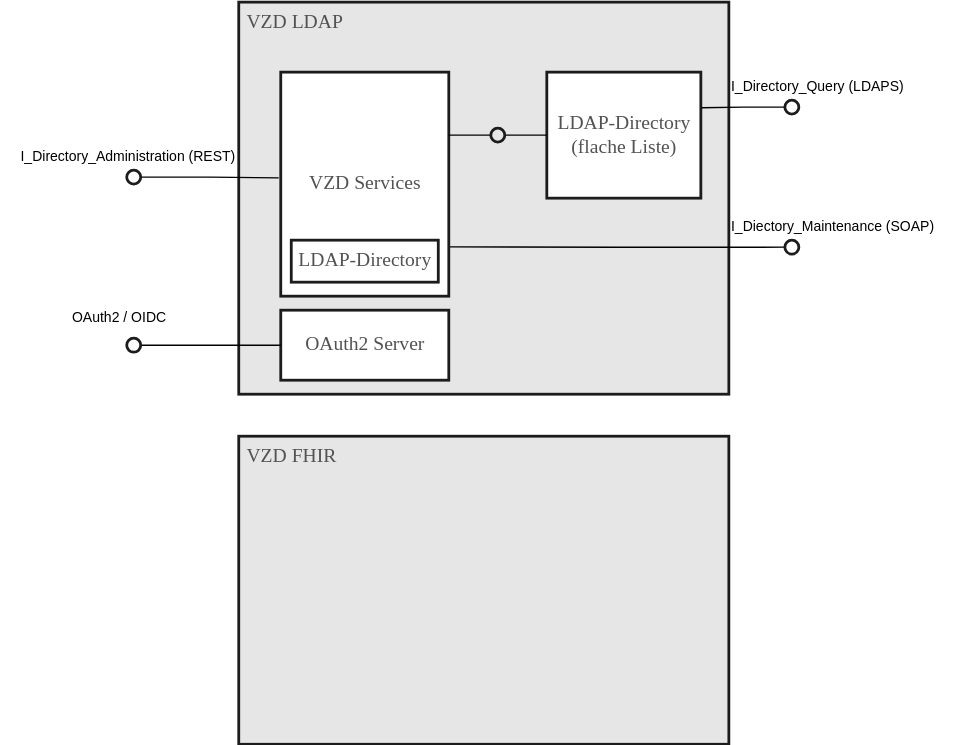
gematik/api-vzd keeps this draw.io diagram as images/VZD_Architektur.svg. Above is the earlier version. Source tidied: cells renumbered, new cells last; positions are measured from the earlier drawing's top-left corner, leaving out a move shared by most shapes. Its diagram source:
```xml
<mxGraphModel background="#FFFFFF">
  <root>
    <mxCell id="0" />
    <mxCell id="1" parent="0" />
    <mxCell id="2" value="VZD LDAP" style="html=1;strokeColor=#1C1C1C;fillColor=#E6E6E6;fontFamily=Tahoma;fontSize=14;fontColor=#525252;align=left;verticalAlign=top;spacingLeft=4;strokeWidth=2;" parent="1" vertex="1">
      <mxGeometry x="170" width="350" height="280" as="geometry" />
    </mxCell>
    <mxCell id="3" value="VZD FHIR" style="html=1;strokeColor=#1C1C1C;fillColor=#E6E6E6;fontFamily=Tahoma;fontSize=14;fontColor=#525252;align=left;verticalAlign=top;spacingLeft=4;strokeWidth=2;" parent="1" vertex="1">
      <mxGeometry x="170" y="310" width="350" height="220" as="geometry" />
    </mxCell>
    <mxCell id="4" value="LDAP-Directory&lt;br&gt;(flache Liste)" style="html=1;strokeColor=#1C1C1C;fillColor=#ffffff;fontFamily=Tahoma;fontSize=14;fontColor=#525252;align=center;strokeWidth=2;" parent="1" vertex="1">
      <mxGeometry x="390" y="50" width="110" height="90" as="geometry" />
    </mxCell>
    <mxCell id="5" style="edgeStyle=orthogonalEdgeStyle;rounded=0;jettySize=auto;html=1;exitX=0;exitY=0.5;exitDx=0;exitDy=0;entryX=1.002;entryY=0.78;entryDx=0;entryDy=0;entryPerimeter=0;endArrow=none;endFill=0;" parent="1" edge="1" source="6" target="7">
      <mxGeometry relative="1" as="geometry" />
    </mxCell>
    <mxCell id="6" style="ellipse;whiteSpace=wrap;html=1;strokeColor=#1C1C1C;fillColor=none;fontFamily=Tahoma;fontSize=14;fontColor=#525252;align=center;strokeWidth=2;" parent="1" vertex="1">
      <mxGeometry x="560" y="170" width="10" height="10" as="geometry" />
    </mxCell>
    <mxCell id="7" value="VZD Services" style="html=1;strokeColor=#1C1C1C;fillColor=#ffffff;fontFamily=Tahoma;fontSize=14;fontColor=#525252;align=center;strokeWidth=2;" parent="1" vertex="1">
      <mxGeometry x="200" y="50" width="120" height="160" as="geometry" />
    </mxCell>
    <mxCell id="8" value="&lt;span style=&quot;font-weight: normal&quot;&gt;I_Diectory_Maintenance (SOAP)&lt;/span&gt;" style="text;html=1;strokeColor=none;fillColor=none;align=left;verticalAlign=middle;whiteSpace=wrap;overflow=hidden;fontFamily=Helvetica;fontSize=10;fontColor=#000000;fontStyle=1;" parent="1" vertex="1">
      <mxGeometry x="520" y="150" width="170" height="20" as="geometry" />
    </mxCell>
    <mxCell id="9" style="edgeStyle=orthogonalEdgeStyle;rounded=0;jettySize=auto;html=1;exitX=1;exitY=0.5;exitDx=0;exitDy=0;endArrow=none;endFill=0;entryX=-0.012;entryY=0.472;entryDx=0;entryDy=0;entryPerimeter=0;" parent="1" edge="1" source="10" target="7">
      <mxGeometry relative="1" as="geometry" />
    </mxCell>
    <mxCell id="10" style="ellipse;whiteSpace=wrap;html=1;strokeColor=#1C1C1C;fillColor=none;fontFamily=Tahoma;fontSize=14;fontColor=#525252;align=center;strokeWidth=2;" parent="1" vertex="1">
      <mxGeometry x="90" y="120" width="10" height="10" as="geometry" />
    </mxCell>
    <mxCell id="11" value="&lt;span style=&quot;font-weight: normal&quot;&gt;I_Directory_Administration (REST)&lt;/span&gt;" style="text;html=1;strokeColor=none;fillColor=none;align=right;verticalAlign=middle;whiteSpace=wrap;overflow=hidden;fontFamily=Helvetica;fontSize=10;fontColor=#000000;fontStyle=1;" parent="1" vertex="1">
      <mxGeometry y="100" width="170" height="20" as="geometry" />
    </mxCell>
    <mxCell id="12" style="edgeStyle=orthogonalEdgeStyle;rounded=0;jettySize=auto;html=1;exitX=0;exitY=0.5;exitDx=0;exitDy=0;entryX=1.005;entryY=0.283;entryDx=0;entryDy=0;entryPerimeter=0;endArrow=none;endFill=0;" parent="1" edge="1" source="13" target="4">
      <mxGeometry relative="1" as="geometry" />
    </mxCell>
    <mxCell id="13" style="ellipse;whiteSpace=wrap;html=1;strokeColor=#1C1C1C;fillColor=none;fontFamily=Tahoma;fontSize=14;fontColor=#525252;align=center;strokeWidth=2;" parent="1" vertex="1">
      <mxGeometry x="560" y="70" width="10" height="10" as="geometry" />
    </mxCell>
    <mxCell id="14" value="&lt;span style=&quot;font-weight: normal&quot;&gt;I_Directory_Query (LDAPS)&lt;/span&gt;" style="text;html=1;strokeColor=none;fillColor=none;align=left;verticalAlign=middle;whiteSpace=wrap;overflow=hidden;fontFamily=Helvetica;fontSize=10;fontColor=#000000;fontStyle=1;" parent="1" vertex="1">
      <mxGeometry x="520" y="50" width="170" height="20" as="geometry" />
    </mxCell>
    <mxCell id="15" style="edgeStyle=orthogonalEdgeStyle;rounded=0;jettySize=auto;html=1;exitX=1;exitY=0.5;exitDx=0;exitDy=0;entryX=0;entryY=0.5;entryDx=0;entryDy=0;endArrow=none;endFill=0;" parent="1" edge="1" source="17" target="4">
      <mxGeometry relative="1" as="geometry" />
    </mxCell>
    <mxCell id="16" style="edgeStyle=orthogonalEdgeStyle;rounded=0;jettySize=auto;html=1;exitX=0;exitY=0.5;exitDx=0;exitDy=0;entryX=0.998;entryY=0.282;entryDx=0;entryDy=0;entryPerimeter=0;endArrow=none;endFill=0;" parent="1" edge="1" source="17" target="7">
      <mxGeometry relative="1" as="geometry" />
    </mxCell>
    <mxCell id="17" style="ellipse;whiteSpace=wrap;html=1;strokeColor=#1C1C1C;fillColor=none;fontFamily=Tahoma;fontSize=14;fontColor=#525252;align=center;strokeWidth=2;" parent="1" vertex="1">
      <mxGeometry x="350" y="90" width="10" height="10" as="geometry" />
    </mxCell>
    <mxCell id="18" value="OAuth2 Server" style="html=1;strokeColor=#1C1C1C;fillColor=#ffffff;fontFamily=Tahoma;fontSize=14;fontColor=#525252;align=center;strokeWidth=2;" parent="1" vertex="1">
      <mxGeometry x="200" y="220" width="120" height="50" as="geometry" />
    </mxCell>
    <mxCell id="19" style="edgeStyle=orthogonalEdgeStyle;rounded=0;jettySize=auto;html=1;exitX=1;exitY=0.5;exitDx=0;exitDy=0;entryX=0;entryY=0.5;entryDx=0;entryDy=0;endArrow=none;endFill=0;" parent="1" edge="1" source="20" target="18">
      <mxGeometry relative="1" as="geometry" />
    </mxCell>
    <mxCell id="20" style="ellipse;whiteSpace=wrap;html=1;strokeColor=#1C1C1C;fillColor=none;fontFamily=Tahoma;fontSize=14;fontColor=#525252;align=center;strokeWidth=2;" parent="1" vertex="1">
      <mxGeometry x="90" y="240" width="10" height="10" as="geometry" />
    </mxCell>
    <mxCell id="21" value="&lt;span style=&quot;font-weight: normal&quot;&gt;OAuth2 / OIDC&lt;/span&gt;" style="text;html=1;strokeColor=none;fillColor=none;align=center;verticalAlign=middle;whiteSpace=wrap;overflow=hidden;fontFamily=Helvetica;fontSize=10;fontColor=#000000;fontStyle=1;" parent="1" vertex="1">
      <mxGeometry y="215" width="170" height="20" as="geometry" />
    </mxCell>
    <mxCell id="22" value="LDAP-Directory" style="html=1;strokeColor=#1C1C1C;fillColor=#ffffff;fontFamily=Tahoma;fontSize=14;fontColor=#525252;align=center;strokeWidth=2;" parent="1" vertex="1">
      <mxGeometry x="207.5" y="170" width="105" height="30" as="geometry" />
    </mxCell>
  </root>
</mxGraphModel>
```
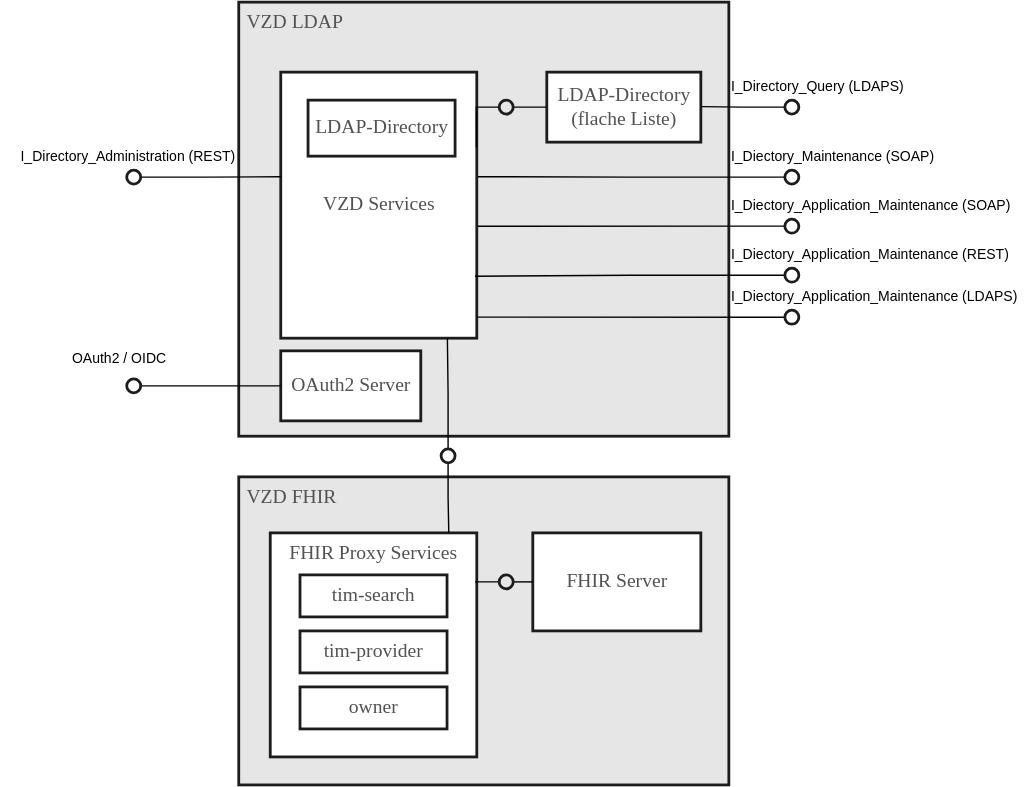
The same file after the commit.

What changed in the source:
```diff
@@ -3,27 +3,27 @@
     <mxCell id="0" />
     <mxCell id="1" parent="0" />
     <mxCell id="2" value="VZD LDAP" style="html=1;strokeColor=#1C1C1C;fillColor=#E6E6E6;fontFamily=Tahoma;fontSize=14;fontColor=#525252;align=left;verticalAlign=top;spacingLeft=4;strokeWidth=2;" parent="1" vertex="1">
-      <mxGeometry x="170" width="350" height="280" as="geometry" />
+      <mxGeometry x="170" width="350" height="310" as="geometry" />
     </mxCell>
     <mxCell id="3" value="VZD FHIR" style="html=1;strokeColor=#1C1C1C;fillColor=#E6E6E6;fontFamily=Tahoma;fontSize=14;fontColor=#525252;align=left;verticalAlign=top;spacingLeft=4;strokeWidth=2;" parent="1" vertex="1">
-      <mxGeometry x="170" y="310" width="350" height="220" as="geometry" />
+      <mxGeometry x="170" y="339" width="350" height="220" as="geometry" />
     </mxCell>
     <mxCell id="4" value="LDAP-Directory&lt;br&gt;(flache Liste)" style="html=1;strokeColor=#1C1C1C;fillColor=#ffffff;fontFamily=Tahoma;fontSize=14;fontColor=#525252;align=center;strokeWidth=2;" parent="1" vertex="1">
-      <mxGeometry x="390" y="50" width="110" height="90" as="geometry" />
+      <mxGeometry x="390" y="50" width="110" height="50" as="geometry" />
     </mxCell>
-    <mxCell id="5" style="edgeStyle=orthogonalEdgeStyle;rounded=0;jettySize=auto;html=1;exitX=0;exitY=0.5;exitDx=0;exitDy=0;entryX=1.002;entryY=0.78;entryDx=0;entryDy=0;entryPerimeter=0;endArrow=none;endFill=0;" parent="1" edge="1" source="6" target="7">
+    <mxCell id="5" style="edgeStyle=orthogonalEdgeStyle;rounded=0;jettySize=auto;html=1;exitX=0;exitY=0.5;exitDx=0;exitDy=0;endArrow=none;endFill=0;entryX=0.994;entryY=0.393;entryDx=0;entryDy=0;entryPerimeter=0;" parent="1" edge="1" source="6" target="7">
       <mxGeometry relative="1" as="geometry" />
     </mxCell>
     <mxCell id="6" style="ellipse;whiteSpace=wrap;html=1;strokeColor=#1C1C1C;fillColor=none;fontFamily=Tahoma;fontSize=14;fontColor=#525252;align=center;strokeWidth=2;" parent="1" vertex="1">
-      <mxGeometry x="560" y="170" width="10" height="10" as="geometry" />
+      <mxGeometry x="560" y="120" width="10" height="10" as="geometry" />
     </mxCell>
     <mxCell id="7" value="VZD Services" style="html=1;strokeColor=#1C1C1C;fillColor=#ffffff;fontFamily=Tahoma;fontSize=14;fontColor=#525252;align=center;strokeWidth=2;" parent="1" vertex="1">
-      <mxGeometry x="200" y="50" width="120" height="160" as="geometry" />
+      <mxGeometry x="200" y="50" width="140" height="190" as="geometry" />
     </mxCell>
     <mxCell id="8" value="&lt;span style=&quot;font-weight: normal&quot;&gt;I_Diectory_Maintenance (SOAP)&lt;/span&gt;" style="text;html=1;strokeColor=none;fillColor=none;align=left;verticalAlign=middle;whiteSpace=wrap;overflow=hidden;fontFamily=Helvetica;fontSize=10;fontColor=#000000;fontStyle=1;" parent="1" vertex="1">
-      <mxGeometry x="520" y="150" width="170" height="20" as="geometry" />
+      <mxGeometry x="520" y="100" width="170" height="20" as="geometry" />
     </mxCell>
-    <mxCell id="9" style="edgeStyle=orthogonalEdgeStyle;rounded=0;jettySize=auto;html=1;exitX=1;exitY=0.5;exitDx=0;exitDy=0;endArrow=none;endFill=0;entryX=-0.012;entryY=0.472;entryDx=0;entryDy=0;entryPerimeter=0;" parent="1" edge="1" source="10" target="7">
+    <mxCell id="9" style="edgeStyle=orthogonalEdgeStyle;rounded=0;jettySize=auto;html=1;exitX=1;exitY=0.5;exitDx=0;exitDy=0;endArrow=none;endFill=0;entryX=0.002;entryY=0.393;entryDx=0;entryDy=0;entryPerimeter=0;" parent="1" edge="1" source="10" target="7">
       <mxGeometry relative="1" as="geometry" />
     </mxCell>
     <mxCell id="10" style="ellipse;whiteSpace=wrap;html=1;strokeColor=#1C1C1C;fillColor=none;fontFamily=Tahoma;fontSize=14;fontColor=#525252;align=center;strokeWidth=2;" parent="1" vertex="1">
@@ -32,8 +32,10 @@
     <mxCell id="11" value="&lt;span style=&quot;font-weight: normal&quot;&gt;I_Directory_Administration (REST)&lt;/span&gt;" style="text;html=1;strokeColor=none;fillColor=none;align=right;verticalAlign=middle;whiteSpace=wrap;overflow=hidden;fontFamily=Helvetica;fontSize=10;fontColor=#000000;fontStyle=1;" parent="1" vertex="1">
       <mxGeometry y="100" width="170" height="20" as="geometry" />
     </mxCell>
-    <mxCell id="12" style="edgeStyle=orthogonalEdgeStyle;rounded=0;jettySize=auto;html=1;exitX=0;exitY=0.5;exitDx=0;exitDy=0;entryX=1.005;entryY=0.283;entryDx=0;entryDy=0;entryPerimeter=0;endArrow=none;endFill=0;" parent="1" edge="1" source="13" target="4">
-      <mxGeometry relative="1" as="geometry" />
+    <mxCell id="12" style="edgeStyle=orthogonalEdgeStyle;rounded=0;jettySize=auto;html=1;exitX=0;exitY=0.5;exitDx=0;exitDy=0;endArrow=none;endFill=0;entryX=1.004;entryY=0.293;entryDx=0;entryDy=0;entryPerimeter=0;" parent="1" edge="1" source="13">
+      <mxGeometry relative="1" as="geometry">
+        <mxPoint x="500.4" y="74.6" as="targetPoint" />
+      </mxGeometry>
     </mxCell>
     <mxCell id="13" style="ellipse;whiteSpace=wrap;html=1;strokeColor=#1C1C1C;fillColor=none;fontFamily=Tahoma;fontSize=14;fontColor=#525252;align=center;strokeWidth=2;" parent="1" vertex="1">
       <mxGeometry x="560" y="70" width="10" height="10" as="geometry" />
@@ -48,22 +50,84 @@
       <mxGeometry relative="1" as="geometry" />
     </mxCell>
     <mxCell id="17" style="ellipse;whiteSpace=wrap;html=1;strokeColor=#1C1C1C;fillColor=none;fontFamily=Tahoma;fontSize=14;fontColor=#525252;align=center;strokeWidth=2;" parent="1" vertex="1">
-      <mxGeometry x="350" y="90" width="10" height="10" as="geometry" />
+      <mxGeometry x="356" y="70" width="10" height="10" as="geometry" />
     </mxCell>
     <mxCell id="18" value="OAuth2 Server" style="html=1;strokeColor=#1C1C1C;fillColor=#ffffff;fontFamily=Tahoma;fontSize=14;fontColor=#525252;align=center;strokeWidth=2;" parent="1" vertex="1">
-      <mxGeometry x="200" y="220" width="120" height="50" as="geometry" />
+      <mxGeometry x="200" y="249" width="100" height="50" as="geometry" />
     </mxCell>
     <mxCell id="19" style="edgeStyle=orthogonalEdgeStyle;rounded=0;jettySize=auto;html=1;exitX=1;exitY=0.5;exitDx=0;exitDy=0;entryX=0;entryY=0.5;entryDx=0;entryDy=0;endArrow=none;endFill=0;" parent="1" edge="1" source="20" target="18">
       <mxGeometry relative="1" as="geometry" />
     </mxCell>
     <mxCell id="20" style="ellipse;whiteSpace=wrap;html=1;strokeColor=#1C1C1C;fillColor=none;fontFamily=Tahoma;fontSize=14;fontColor=#525252;align=center;strokeWidth=2;" parent="1" vertex="1">
-      <mxGeometry x="90" y="240" width="10" height="10" as="geometry" />
+      <mxGeometry x="90" y="269" width="10" height="10" as="geometry" />
     </mxCell>
     <mxCell id="21" value="&lt;span style=&quot;font-weight: normal&quot;&gt;OAuth2 / OIDC&lt;/span&gt;" style="text;html=1;strokeColor=none;fillColor=none;align=center;verticalAlign=middle;whiteSpace=wrap;overflow=hidden;fontFamily=Helvetica;fontSize=10;fontColor=#000000;fontStyle=1;" parent="1" vertex="1">
-      <mxGeometry y="215" width="170" height="20" as="geometry" />
+      <mxGeometry y="244" width="170" height="20" as="geometry" />
     </mxCell>
     <mxCell id="22" value="LDAP-Directory" style="html=1;strokeColor=#1C1C1C;fillColor=#ffffff;fontFamily=Tahoma;fontSize=14;fontColor=#525252;align=center;strokeWidth=2;" parent="1" vertex="1">
-      <mxGeometry x="207.5" y="170" width="105" height="30" as="geometry" />
+      <mxGeometry x="219.5" y="70" width="105" height="40" as="geometry" />
     </mxCell>
+    <mxCell id="23" value="FHIR Proxy Services" style="html=1;strokeColor=#1C1C1C;fillColor=#ffffff;fontFamily=Tahoma;fontSize=14;fontColor=#525252;align=center;strokeWidth=2;verticalAlign=top;" parent="1" vertex="1">
+      <mxGeometry x="192.5" y="379" width="147.5" height="160" as="geometry" />
+    </mxCell>
+    <mxCell id="24" value="FHIR Server" style="html=1;strokeColor=#1C1C1C;fillColor=#ffffff;fontFamily=Tahoma;fontSize=14;fontColor=#525252;align=center;strokeWidth=2;verticalAlign=middle;" parent="1" vertex="1">
+      <mxGeometry x="380" y="379" width="120" height="70" as="geometry" />
+    </mxCell>
+    <mxCell id="25" style="edgeStyle=orthogonalEdgeStyle;rounded=0;jettySize=auto;html=1;exitX=0.5;exitY=0;exitDx=0;exitDy=0;endArrow=none;endFill=0;entryX=0.85;entryY=1;entryDx=0;entryDy=0;entryPerimeter=0;" parent="1" edge="1" source="27" target="7">
+      <mxGeometry relative="1" as="geometry" />
+    </mxCell>
+    <mxCell id="26" style="edgeStyle=orthogonalEdgeStyle;rounded=0;jettySize=auto;html=1;exitX=0.5;exitY=1;exitDx=0;exitDy=0;endArrow=none;endFill=0;" parent="1" edge="1" source="27">
+      <mxGeometry relative="1" as="geometry">
+        <mxPoint x="320" y="379" as="targetPoint" />
+      </mxGeometry>
+    </mxCell>
+    <mxCell id="27" style="ellipse;whiteSpace=wrap;html=1;strokeColor=#1C1C1C;fillColor=none;fontFamily=Tahoma;fontSize=14;fontColor=#525252;align=center;strokeWidth=2;" parent="1" vertex="1">
+      <mxGeometry x="314.5" y="319" width="10" height="10" as="geometry" />
+    </mxCell>
+    <mxCell id="28" style="edgeStyle=orthogonalEdgeStyle;rounded=0;jettySize=auto;html=1;exitX=1;exitY=0.5;exitDx=0;exitDy=0;entryX=0;entryY=0.5;entryDx=0;entryDy=0;endArrow=none;endFill=0;" parent="1" edge="1" source="30" target="24">
+      <mxGeometry relative="1" as="geometry" />
+    </mxCell>
+    <mxCell id="29" style="edgeStyle=orthogonalEdgeStyle;rounded=0;jettySize=auto;html=1;exitX=0;exitY=0.5;exitDx=0;exitDy=0;entryX=0.991;entryY=0.22;entryDx=0;entryDy=0;entryPerimeter=0;endArrow=none;endFill=0;" parent="1" edge="1" source="30" target="23">
+      <mxGeometry relative="1" as="geometry" />
+    </mxCell>
+    <mxCell id="30" style="ellipse;whiteSpace=wrap;html=1;strokeColor=#1C1C1C;fillColor=none;fontFamily=Tahoma;fontSize=14;fontColor=#525252;align=center;strokeWidth=2;" parent="1" vertex="1">
+      <mxGeometry x="356" y="409" width="10" height="10" as="geometry" />
+    </mxCell>
+    <mxCell id="31" value="&lt;span style=&quot;font-weight: normal&quot;&gt;I_Diectory_Application_Maintenance (SOAP)&lt;/span&gt;" style="text;html=1;strokeColor=none;fillColor=none;align=left;verticalAlign=middle;whiteSpace=wrap;overflow=hidden;fontFamily=Helvetica;fontSize=10;fontColor=#000000;fontStyle=1;" parent="1" vertex="1">
+      <mxGeometry x="520" y="130" width="210" height="30" as="geometry" />
+    </mxCell>
+    <mxCell id="32" value="&lt;span style=&quot;font-weight: normal&quot;&gt;I_Diectory_Application_Maintenance (REST)&lt;/span&gt;" style="text;html=1;strokeColor=none;fillColor=none;align=left;verticalAlign=middle;whiteSpace=wrap;overflow=hidden;fontFamily=Helvetica;fontSize=10;fontColor=#000000;fontStyle=1;" parent="1" vertex="1">
+      <mxGeometry x="520" y="165" width="210" height="30" as="geometry" />
+    </mxCell>
+    <mxCell id="33" value="&lt;span style=&quot;font-weight: normal&quot;&gt;I_Diectory_Application_Maintenance (LDAPS)&lt;/span&gt;" style="text;html=1;strokeColor=none;fillColor=none;align=left;verticalAlign=middle;whiteSpace=wrap;overflow=hidden;fontFamily=Helvetica;fontSize=10;fontColor=#000000;fontStyle=1;" parent="1" vertex="1">
+      <mxGeometry x="520" y="195" width="210" height="30" as="geometry" />
+    </mxCell>
+    <mxCell id="34" value="tim-search" style="html=1;strokeColor=#1C1C1C;fillColor=#ffffff;fontFamily=Tahoma;fontSize=14;fontColor=#525252;align=center;strokeWidth=2;" parent="1" vertex="1">
+      <mxGeometry x="213.8" y="409" width="105" height="30" as="geometry" />
+    </mxCell>
+    <mxCell id="35" value="tim-provider" style="html=1;strokeColor=#1C1C1C;fillColor=#ffffff;fontFamily=Tahoma;fontSize=14;fontColor=#525252;align=center;strokeWidth=2;" parent="1" vertex="1">
+      <mxGeometry x="213.8" y="449" width="105" height="30" as="geometry" />
+    </mxCell>
+    <mxCell id="36" value="owner" style="html=1;strokeColor=#1C1C1C;fillColor=#ffffff;fontFamily=Tahoma;fontSize=14;fontColor=#525252;align=center;strokeWidth=2;" parent="1" vertex="1">
+      <mxGeometry x="213.8" y="489" width="105" height="30" as="geometry" />
+    </mxCell>
+    <mxCell id="37" style="edgeStyle=orthogonalEdgeStyle;rounded=0;jettySize=auto;html=1;exitX=0;exitY=0.5;exitDx=0;exitDy=0;entryX=1.004;entryY=0.579;entryDx=0;entryDy=0;entryPerimeter=0;endArrow=none;endFill=0;" parent="1" edge="1" source="38" target="7">
+      <mxGeometry relative="1" as="geometry" />
+    </mxCell>
+    <mxCell id="38" style="ellipse;whiteSpace=wrap;html=1;strokeColor=#1C1C1C;fillColor=none;fontFamily=Tahoma;fontSize=14;fontColor=#525252;align=center;strokeWidth=2;" parent="1" vertex="1">
+      <mxGeometry x="560" y="155" width="10" height="10" as="geometry" />
+    </mxCell>
+    <mxCell id="39" style="edgeStyle=orthogonalEdgeStyle;rounded=0;jettySize=auto;html=1;exitX=0;exitY=0.5;exitDx=0;exitDy=0;entryX=0.991;entryY=0.767;entryDx=0;entryDy=0;entryPerimeter=0;endArrow=none;endFill=0;" parent="1" edge="1" source="40" target="7">
+      <mxGeometry relative="1" as="geometry" />
+    </mxCell>
+    <mxCell id="40" style="ellipse;whiteSpace=wrap;html=1;strokeColor=#1C1C1C;fillColor=none;fontFamily=Tahoma;fontSize=14;fontColor=#525252;align=center;strokeWidth=2;" parent="1" vertex="1">
+      <mxGeometry x="560" y="190" width="10" height="10" as="geometry" />
+    </mxCell>
+    <mxCell id="41" style="edgeStyle=orthogonalEdgeStyle;rounded=0;jettySize=auto;html=1;exitX=0;exitY=0.5;exitDx=0;exitDy=0;entryX=0.998;entryY=0.921;entryDx=0;entryDy=0;entryPerimeter=0;endArrow=none;endFill=0;" parent="1" edge="1" source="42" target="7">
+      <mxGeometry relative="1" as="geometry" />
+    </mxCell>
+    <mxCell id="42" style="ellipse;whiteSpace=wrap;html=1;strokeColor=#1C1C1C;fillColor=none;fontFamily=Tahoma;fontSize=14;fontColor=#525252;align=center;strokeWidth=2;" parent="1" vertex="1">
+      <mxGeometry x="560" y="220" width="10" height="10" as="geometry" />
+    </mxCell>
   </root>
 </mxGraphModel>
```
